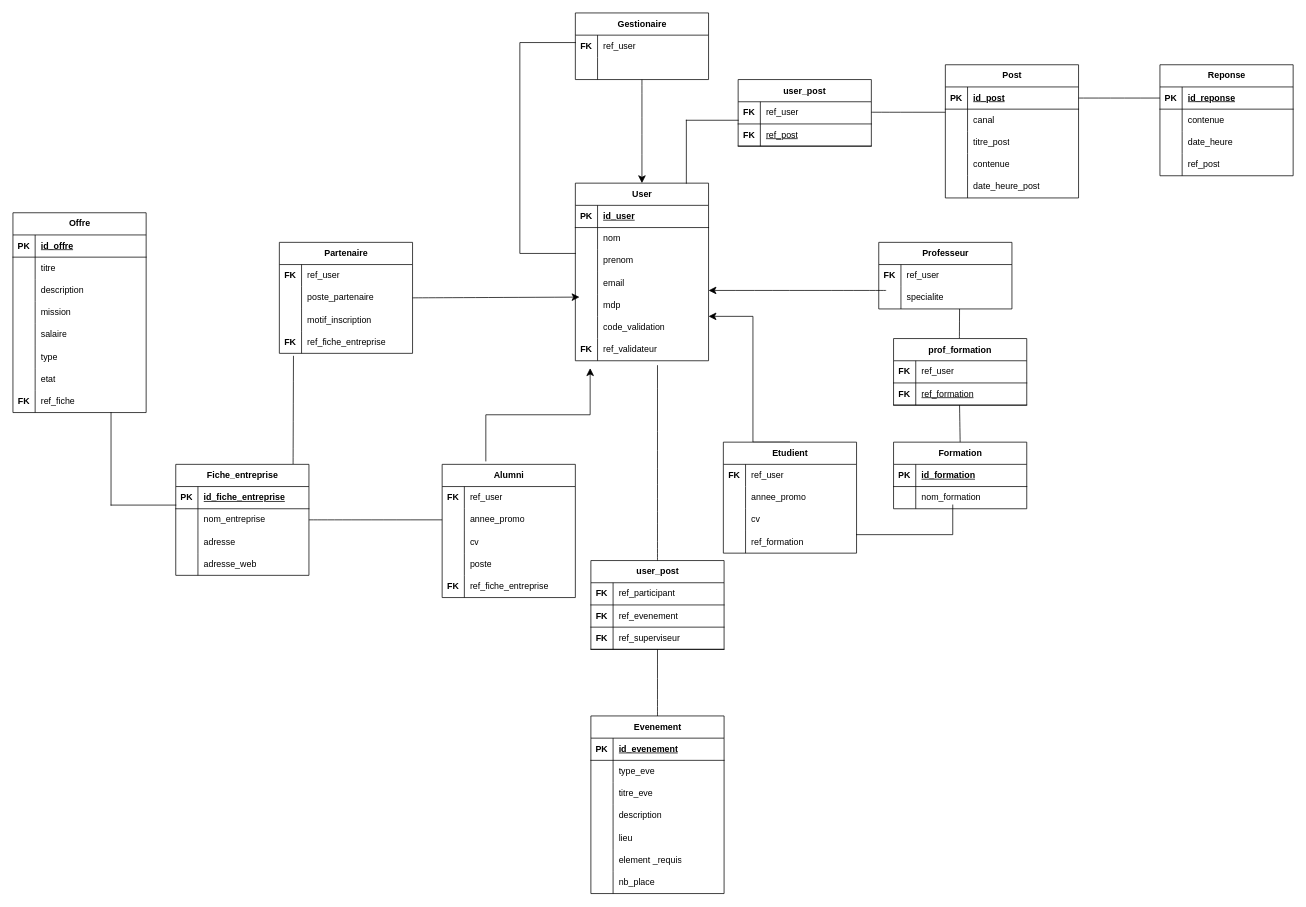
Ruthh-mt/projet-lprs keeps this draw.io diagram as Informations/MLD V2.drawio. Above is the earlier version. Source tidied: cells renumbered, new cells numbered last; positions are measured from the earlier drawing's top-left corner, leaving out a move shared by most shapes. Both pictures are drawn from the tidied source at 74%, with x=0, y=0 at pixel (13, 13).
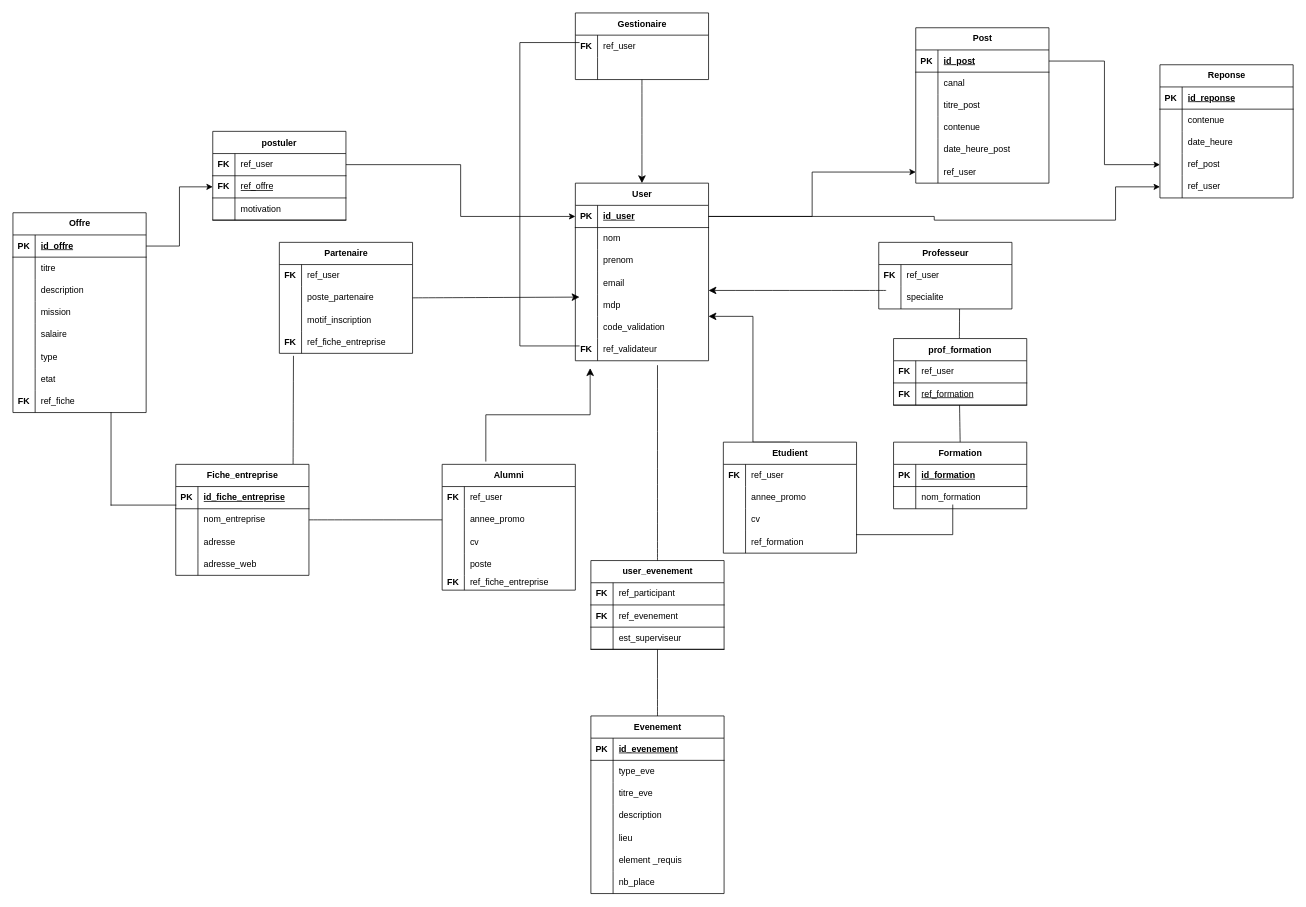
The same diagram, later.

Commit message (it also covers changes not shown here):
feat& doc: Modification du MDC et realisation du mpd de la base de données

The change refers to these unchanged cells:
```xml
<mxCell id="3" style="shape=tableRow;horizontal=0;startSize=0;swimlaneHead=0;swimlaneBody=0;fillColor=none;points=[[0,0.5],[1,0.5]];portConstraint=eastwest;top=0;left=0;right=0;bottom=1;" parent="2" vertex="1">
  <mxGeometry y="30" width="180" height="30" as="geometry" />
</mxCell>
<mxCell id="118" style="shape=tableRow;horizontal=0;startSize=0;swimlaneHead=0;swimlaneBody=0;fillColor=none;points=[[0,0.5],[1,0.5]];portConstraint=eastwest;top=0;left=0;right=0;bottom=1;" parent="117" vertex="1">
  <mxGeometry y="30" width="180" height="30" as="geometry" />
</mxCell>
<mxCell id="144" style="shape=tableRow;horizontal=0;startSize=0;swimlaneHead=0;swimlaneBody=0;fillColor=none;points=[[0,0.5],[1,0.5]];portConstraint=eastwest;top=0;left=0;right=0;bottom=1;" parent="143" vertex="1">
  <mxGeometry y="30" width="180" height="30" as="geometry" />
</mxCell>
<mxCell id="160" style="shape=tableRow;horizontal=0;startSize=0;swimlaneHead=0;swimlaneBody=0;fillColor=none;points=[[0,0.5],[1,0.5]];portConstraint=eastwest;top=0;left=0;right=0;bottom=1;" parent="159" vertex="1">
  <mxGeometry y="30" width="180" height="30" as="geometry" />
</mxCell>
<mxCell id="169" style="shape=tableRow;horizontal=0;startSize=0;swimlaneHead=0;swimlaneBody=0;fillColor=none;points=[[0,0.5],[1,0.5]];portConstraint=eastwest;top=0;left=0;right=0;bottom=0;" parent="159" vertex="1">
  <mxGeometry y="120" width="180" height="30" as="geometry" />
</mxCell>
<mxCell id="189" style="shape=tableRow;horizontal=0;startSize=0;swimlaneHead=0;swimlaneBody=0;fillColor=none;points=[[0,0.5],[1,0.5]];portConstraint=eastwest;top=0;left=0;right=0;bottom=1;" parent="182" vertex="1">
  <mxGeometry y="90" width="180" height="30" as="geometry" />
</mxCell>
```

What changed in the source:
```diff
@@
     <mxCell id="24" value="Alumni" style="shape=table;startSize=30;childLayout=tableLayout;rowLines=0;fontStyle=1;align=center;html=1;" parent="1" vertex="1">
-      <mxGeometry x="580" y="610" width="180" height="180" as="geometry" />
+      <mxGeometry x="580" y="610" width="180" height="170" as="geometry" />
     </mxCell>
@@
     <mxCell id="37" style="shape=tableRow;horizontal=0;startSize=0;swimlaneHead=0;swimlaneBody=0;fillColor=none;top=0;left=0;right=0;bottom=0;" parent="24" vertex="1">
-      <mxGeometry y="150" width="180" height="30" as="geometry" />
+      <mxGeometry y="150" width="180" height="20" as="geometry" />
     </mxCell>
     <mxCell id="38" value="&lt;b&gt;FK&lt;/b&gt;" style="shape=partialRectangle;fillColor=none;top=0;left=0;bottom=0;right=0;overflow=hidden;whiteSpace=wrap;html=1;" parent="37" vertex="1">
-      <mxGeometry width="30" height="30" as="geometry" />
+      <mxGeometry width="30" height="20" as="geometry" />
     </mxCell>
     <mxCell id="39" value="ref_fiche_entreprise" style="shape=partialRectangle;fillColor=none;top=0;left=0;bottom=0;right=0;align=left;spacingLeft=6;overflow=hidden;whiteSpace=wrap;html=1;" parent="37" vertex="1">
-      <mxGeometry x="30" width="150" height="30" as="geometry" />
+      <mxGeometry x="30" width="150" height="20" as="geometry" />
     </mxCell>
@@
     <mxCell id="88" style="shape=partialRectangle;whiteSpace=wrap;html=1;bottom=1;right=1;left=1;top=0;fillColor=none;routingCenterX=-0.5;rotation=90;" parent="1" vertex="1">
-      <mxGeometry x="580" y="145" width="285" height="75" as="geometry" />
+      <mxGeometry x="520" y="205" width="410" height="80" as="geometry" />
     </mxCell>
@@
     <mxCell id="143" value="Post" style="shape=table;startSize=30;childLayout=tableLayout;rowLines=0;fontStyle=1;align=center;html=1;" parent="1" vertex="1">
-      <mxGeometry x="1260" y="70" width="180" height="180" as="geometry" />
+      <mxGeometry x="1220" y="20" width="180" height="210" as="geometry" />
     </mxCell>
@@
+    <mxCell id="217" style="shape=tableRow;horizontal=0;startSize=0;swimlaneHead=0;swimlaneBody=0;fillColor=none;points=[[0,0.5],[1,0.5]];portConstraint=eastwest;top=0;left=0;right=0;bottom=0;" parent="143" vertex="1">
+      <mxGeometry y="180" width="180" height="30" as="geometry" />
+    </mxCell>
+    <mxCell id="218" style="shape=partialRectangle;fillColor=none;top=0;left=0;bottom=0;right=0;overflow=hidden;whiteSpace=wrap;html=1;" parent="217" vertex="1">
+      <mxGeometry width="30" height="30" as="geometry" />
+    </mxCell>
+    <mxCell id="219" value="ref_user" style="shape=partialRectangle;fillColor=none;top=0;left=0;bottom=0;right=0;align=left;spacingLeft=6;overflow=hidden;whiteSpace=wrap;html=1;" parent="217" vertex="1">
+      <mxGeometry x="30" width="150" height="30" as="geometry" />
+    </mxCell>
     <mxCell id="159" value="Reponse" style="shape=table;startSize=30;childLayout=tableLayout;rowLines=0;fontStyle=1;align=center;html=1;" parent="1" vertex="1">
-      <mxGeometry x="1550" y="70" width="180" height="150" as="geometry" />
+      <mxGeometry x="1550" y="70" width="180" height="180" as="geometry" />
     </mxCell>
@@
-    <mxCell id="172" style="endArrow=none;html=1;rounded=0;fontSize=12;startSize=8;endSize=8;curved=1;entryX=0;entryY=0.5;entryDx=0;entryDy=0;exitX=1;exitY=0.5;exitDx=0;exitDy=0;" parent="1" edge="1" source="144" target="160">
-      <mxGeometry relative="1" as="geometry" />
-    </mxCell>
-    <mxCell id="173" value="user_post" style="shape=table;startSize=30;childLayout=tableLayout;rowLines=0;fontStyle=1;align=center;" parent="1" vertex="1">
-      <mxGeometry x="980" y="90" width="180" height="90" as="geometry" />
-    </mxCell>
-    <mxCell id="174" style="shape=tableRow;horizontal=0;startSize=0;swimlaneHead=0;swimlaneBody=0;fillColor=none;points=[[0,0.5],[1,0.5]];portConstraint=eastwest;top=0;left=0;right=0;bottom=1;" parent="173" vertex="1">
-      <mxGeometry y="30" width="180" height="30" as="geometry" />
-    </mxCell>
-    <mxCell id="175" value="FK" style="shape=partialRectangle;fillColor=none;top=0;left=0;bottom=0;right=0;fontStyle=1;overflow=hidden;whiteSpace=wrap;html=1;" parent="174" vertex="1">
-      <mxGeometry width="30" height="30" as="geometry" />
-    </mxCell>
-    <mxCell id="176" value="ref_user" style="shape=partialRectangle;fillColor=none;top=0;left=0;bottom=0;right=0;align=left;spacingLeft=6;fontStyle=0;overflow=hidden;whiteSpace=wrap;" parent="174" vertex="1">
-      <mxGeometry x="30" width="150" height="30" as="geometry" />
-    </mxCell>
-    <mxCell id="177" style="shape=tableRow;horizontal=0;startSize=0;swimlaneHead=0;swimlaneBody=0;fillColor=none;points=[[0,0.5],[1,0.5]];portConstraint=eastwest;top=0;left=0;right=0;bottom=1;" parent="173" vertex="1">
-      <mxGeometry y="60" width="180" height="30" as="geometry" />
-    </mxCell>
-    <mxCell id="178" value="FK" style="shape=partialRectangle;fillColor=none;top=0;left=0;bottom=0;right=0;fontStyle=1;overflow=hidden;whiteSpace=wrap;html=1;" parent="177" vertex="1">
-      <mxGeometry width="30" height="30" as="geometry" />
-    </mxCell>
-    <mxCell id="179" value="ref_post" style="shape=partialRectangle;fillColor=none;top=0;left=0;bottom=0;right=0;align=left;spacingLeft=6;fontStyle=4;overflow=hidden;whiteSpace=wrap;" parent="177" vertex="1">
-      <mxGeometry x="30" width="150" height="30" as="geometry" />
-    </mxCell>
-    <mxCell id="180" style="endArrow=none;html=1;rounded=0;fontSize=12;startSize=8;endSize=8;curved=1;exitX=1;exitY=0.472;exitDx=0;exitDy=0;exitPerimeter=0;" parent="1" edge="1" source="174">
-      <mxGeometry relative="1" as="geometry">
-        <mxPoint x="1260" y="134.2" as="targetPoint" />
-      </mxGeometry>
-    </mxCell>
-    <mxCell id="181" style="shape=partialRectangle;whiteSpace=wrap;html=1;bottom=0;right=0;fillColor=none;" parent="1" vertex="1">
-      <mxGeometry x="910" y="145" width="70" height="85" as="geometry" />
-    </mxCell>
+    <mxCell id="220" style="shape=tableRow;horizontal=0;startSize=0;swimlaneHead=0;swimlaneBody=0;fillColor=none;points=[[0,0.5],[1,0.5]];portConstraint=eastwest;top=0;left=0;right=0;bottom=0;" parent="159" vertex="1">
+      <mxGeometry y="150" width="180" height="30" as="geometry" />
+    </mxCell>
+    <mxCell id="221" style="shape=partialRectangle;fillColor=none;top=0;left=0;bottom=0;right=0;overflow=hidden;whiteSpace=wrap;html=1;" parent="220" vertex="1">
+      <mxGeometry width="30" height="30" as="geometry" />
+    </mxCell>
+    <mxCell id="222" value="ref_user" style="shape=partialRectangle;fillColor=none;top=0;left=0;bottom=0;right=0;align=left;spacingLeft=6;overflow=hidden;whiteSpace=wrap;html=1;" parent="220" vertex="1">
+      <mxGeometry x="30" width="150" height="30" as="geometry" />
+    </mxCell>
-    <mxCell id="182" value="user_post" style="shape=table;startSize=30;childLayout=tableLayout;rowLines=0;fontStyle=1;align=center;html=1;" parent="1" vertex="1">
+    <mxCell id="182" value="user_evenement" style="shape=table;startSize=30;childLayout=tableLayout;rowLines=0;fontStyle=1;align=center;html=1;" parent="1" vertex="1">
       <mxGeometry x="781" y="740" width="180" height="120" as="geometry" />
     </mxCell>
@@
-    <mxCell id="190" value="FK" style="shape=partialRectangle;fillColor=none;top=0;left=0;bottom=0;right=0;fontStyle=1;overflow=hidden;whiteSpace=wrap;html=1;" parent="189" vertex="1">
+    <mxCell id="190" style="shape=partialRectangle;fillColor=none;top=0;left=0;bottom=0;right=0;fontStyle=1;overflow=hidden;whiteSpace=wrap;html=1;" parent="189" vertex="1">
       <mxGeometry width="30" height="30" as="geometry" />
     </mxCell>
-    <mxCell id="191" value="ref_superviseur" style="shape=partialRectangle;fillColor=none;top=0;left=0;bottom=0;right=0;align=left;spacingLeft=6;fontStyle=0;overflow=hidden;whiteSpace=wrap;" parent="189" vertex="1">
+    <mxCell id="191" value="est_superviseur" style="shape=partialRectangle;fillColor=none;top=0;left=0;bottom=0;right=0;align=left;spacingLeft=6;fontStyle=0;overflow=hidden;whiteSpace=wrap;" parent="189" vertex="1">
       <mxGeometry x="30" width="150" height="30" as="geometry" />
     </mxCell>
@@
+    <mxCell id="223" style="edgeStyle=orthogonalEdgeStyle;rounded=0;jettySize=auto;html=1;exitX=1;exitY=0.5;exitDx=0;exitDy=0;entryX=0;entryY=0.5;entryDx=0;entryDy=0;" parent="1" edge="1" source="3" target="220">
+      <mxGeometry relative="1" as="geometry">
+        <Array as="points">
+          <mxPoint x="1245" y="275" />
+          <mxPoint x="1245" y="280" />
+          <mxPoint x="1490" y="280" />
+          <mxPoint x="1490" y="235" />
+        </Array>
+      </mxGeometry>
+    </mxCell>
+    <mxCell id="224" style="edgeStyle=orthogonalEdgeStyle;rounded=0;jettySize=auto;html=1;exitX=1;exitY=0.5;exitDx=0;exitDy=0;" parent="1" edge="1" source="3" target="217">
+      <mxGeometry relative="1" as="geometry" />
+    </mxCell>
+    <mxCell id="225" style="edgeStyle=orthogonalEdgeStyle;rounded=0;jettySize=auto;html=1;exitX=1;exitY=0.5;exitDx=0;exitDy=0;entryX=0;entryY=0.5;entryDx=0;entryDy=0;" parent="1" edge="1" source="144" target="169">
+      <mxGeometry relative="1" as="geometry" />
+    </mxCell>
+    <mxCell id="226" value="postuler" style="shape=table;startSize=30;childLayout=tableLayout;rowLines=0;fontStyle=1;align=center;" parent="1" vertex="1">
+      <mxGeometry x="270" y="160" width="180" height="120" as="geometry" />
+    </mxCell>
+    <mxCell id="174" style="shape=tableRow;horizontal=0;startSize=0;swimlaneHead=0;swimlaneBody=0;fillColor=none;points=[[0,0.5],[1,0.5]];portConstraint=eastwest;top=0;left=0;right=0;bottom=1;" parent="226" vertex="1">
+      <mxGeometry y="30" width="180" height="30" as="geometry" />
+    </mxCell>
+    <mxCell id="227" value="FK" style="shape=partialRectangle;fillColor=none;top=0;left=0;bottom=0;right=0;fontStyle=1;overflow=hidden;whiteSpace=wrap;html=1;" parent="174" vertex="1">
+      <mxGeometry width="30" height="30" as="geometry" />
+    </mxCell>
+    <mxCell id="176" value="ref_user" style="shape=partialRectangle;fillColor=none;top=0;left=0;bottom=0;right=0;align=left;spacingLeft=6;fontStyle=0;overflow=hidden;whiteSpace=wrap;" parent="174" vertex="1">
+      <mxGeometry x="30" width="150" height="30" as="geometry" />
+    </mxCell>
+    <mxCell id="177" style="shape=tableRow;horizontal=0;startSize=0;swimlaneHead=0;swimlaneBody=0;fillColor=none;points=[[0,0.5],[1,0.5]];portConstraint=eastwest;top=0;left=0;right=0;bottom=1;" parent="226" vertex="1">
+      <mxGeometry y="60" width="180" height="30" as="geometry" />
+    </mxCell>
+    <mxCell id="228" value="FK" style="shape=partialRectangle;fillColor=none;top=0;left=0;bottom=0;right=0;fontStyle=1;overflow=hidden;whiteSpace=wrap;html=1;" parent="177" vertex="1">
+      <mxGeometry width="30" height="30" as="geometry" />
+    </mxCell>
+    <mxCell id="229" value="ref_offre" style="shape=partialRectangle;fillColor=none;top=0;left=0;bottom=0;right=0;align=left;spacingLeft=6;fontStyle=4;overflow=hidden;whiteSpace=wrap;" parent="177" vertex="1">
+      <mxGeometry x="30" width="150" height="30" as="geometry" />
+    </mxCell>
+    <mxCell id="230" style="shape=tableRow;horizontal=0;startSize=0;swimlaneHead=0;swimlaneBody=0;fillColor=none;top=0;left=0;right=0;bottom=1;" parent="226" vertex="1">
+      <mxGeometry y="90" width="180" height="30" as="geometry" />
+    </mxCell>
+    <mxCell id="231" style="shape=partialRectangle;fillColor=none;top=0;left=0;bottom=0;right=0;fontStyle=1;overflow=hidden;whiteSpace=wrap;html=1;" parent="230" vertex="1">
+      <mxGeometry width="30" height="30" as="geometry" />
+    </mxCell>
+    <mxCell id="232" value="motivation" style="shape=partialRectangle;fillColor=none;top=0;left=0;bottom=0;right=0;align=left;spacingLeft=6;fontStyle=0;overflow=hidden;whiteSpace=wrap;" parent="230" vertex="1">
+      <mxGeometry x="30" width="150" height="30" as="geometry" />
+    </mxCell>
+    <mxCell id="233" style="edgeStyle=orthogonalEdgeStyle;rounded=0;jettySize=auto;html=1;exitX=1;exitY=0.5;exitDx=0;exitDy=0;entryX=0;entryY=0.5;entryDx=0;entryDy=0;" parent="1" edge="1" source="118" target="177">
+      <mxGeometry relative="1" as="geometry" />
+    </mxCell>
+    <mxCell id="234" style="edgeStyle=orthogonalEdgeStyle;rounded=0;jettySize=auto;html=1;exitX=1;exitY=0.5;exitDx=0;exitDy=0;" parent="1" edge="1" source="174" target="3">
+      <mxGeometry relative="1" as="geometry" />
+    </mxCell>
```
